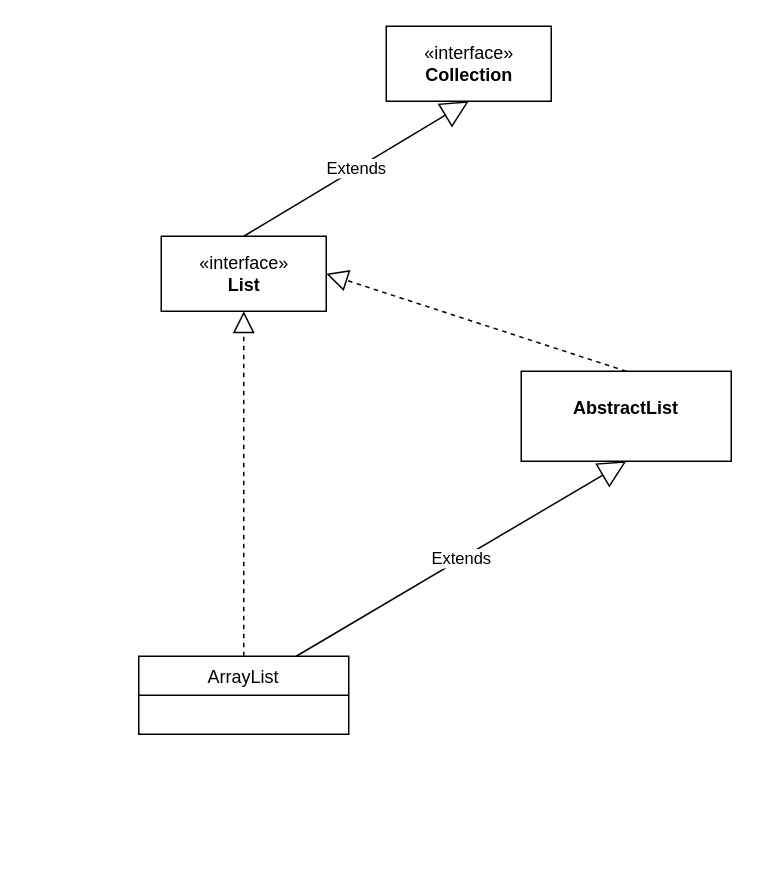
Before: uml/collecions.drawio in andre-s-nascimento/java-collections, a draw.io diagram. Source tidied: cells renumbered, new cells numbered last; positions are measured from the earlier drawing's top-left corner, leaving out a move shared by most shapes. Both pictures are drawn from the tidied source at 150%, with x=0, y=0 at pixel (138, 26).
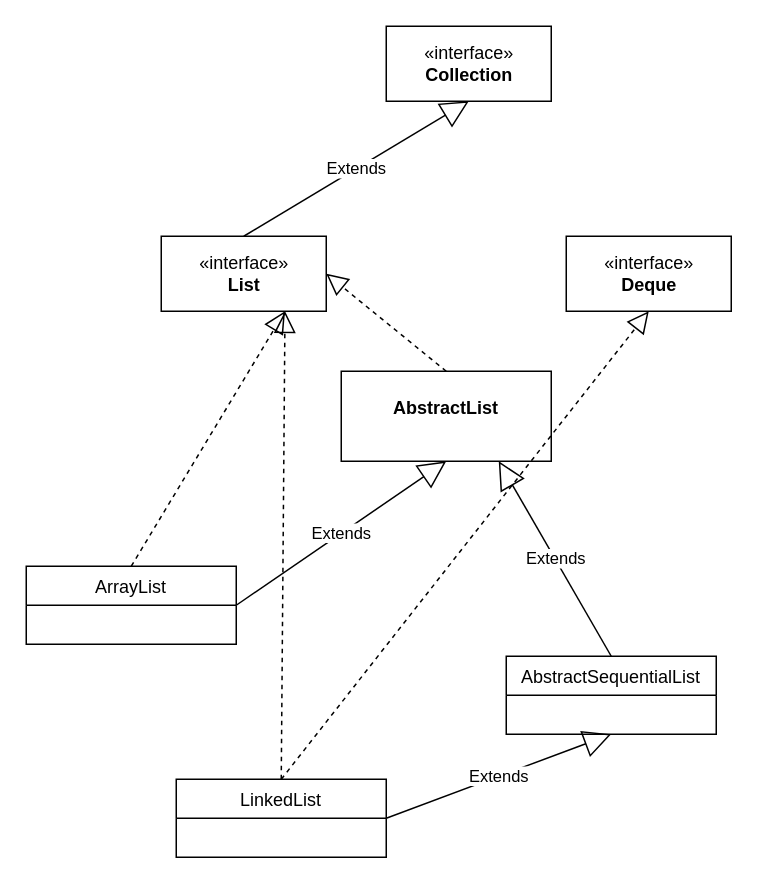
Above is the later version.

The edit, as a diff of the source:
```diff
@@
 <mxGraphModel>
   <root>
     <mxCell id="0" />
     <mxCell id="1" parent="0" />
     <mxCell id="2" value="«interface»&lt;br&gt;&lt;b&gt;Collection&lt;br&gt;&lt;/b&gt;" style="html=1;" parent="1" vertex="1">
       <mxGeometry x="165" width="110" height="50" as="geometry" />
     </mxCell>
     <mxCell id="3" value="«interface»&lt;br&gt;&lt;b&gt;List&lt;/b&gt;" style="html=1;" parent="1" vertex="1">
       <mxGeometry x="15" y="140" width="110" height="50" as="geometry" />
     </mxCell>
     <mxCell id="4" value="ArrayList" style="swimlane;fontStyle=0;horizontal=1;startSize=26;fillColor=none;" parent="1" vertex="1">
-      <mxGeometry y="420" width="140" height="52" as="geometry" />
+      <mxGeometry x="-75" y="360" width="140" height="52" as="geometry" />
     </mxCell>
-    <mxCell id="5" style="endArrow=block;dashed=1;endFill=0;endSize=12;html=1;exitX=0.5;exitY=0;exitDx=0;exitDy=0;entryX=0.5;entryY=1;entryDx=0;entryDy=0;" parent="1" edge="1" source="4" target="3">
+    <mxCell id="5" style="endArrow=block;dashed=1;endFill=0;endSize=12;html=1;exitX=0.5;exitY=0;exitDx=0;exitDy=0;entryX=0.75;entryY=1;entryDx=0;entryDy=0;" parent="1" edge="1" source="4" target="3">
       <mxGeometry relative="1" as="geometry" />
     </mxCell>
     <mxCell id="6" value="Extends" style="endArrow=block;endSize=16;endFill=0;html=1;exitX=0.5;exitY=0;exitDx=0;exitDy=0;entryX=0.5;entryY=1;entryDx=0;entryDy=0;" parent="1" edge="1" source="3" target="2">
       <mxGeometry relative="1" as="geometry" />
     </mxCell>
     <mxCell id="7" value="&lt;p style=&quot;margin:0px;margin-top:4px;text-align:center;&quot;&gt;&lt;br&gt;&lt;b&gt;AbstractList&lt;/b&gt;&lt;/p&gt;" style="verticalAlign=top;align=left;overflow=fill;fontSize=12;fontFamily=Helvetica;html=1;" parent="1" vertex="1">
-      <mxGeometry x="255" y="230" width="140" height="60" as="geometry" />
+      <mxGeometry x="135" y="230" width="140" height="60" as="geometry" />
     </mxCell>
     <mxCell id="8" style="endArrow=block;dashed=1;endFill=0;endSize=12;html=1;exitX=0.5;exitY=0;exitDx=0;exitDy=0;entryX=1;entryY=0.5;entryDx=0;entryDy=0;" parent="1" edge="1" source="7" target="3">
       <mxGeometry relative="1" as="geometry" />
     </mxCell>
-    <mxCell id="9" value="Extends" style="endArrow=block;endSize=16;endFill=0;html=1;exitX=0.75;exitY=0;exitDx=0;exitDy=0;entryX=0.5;entryY=1;entryDx=0;entryDy=0;" parent="1" edge="1" source="4" target="7">
+    <mxCell id="9" value="Extends" style="endArrow=block;endSize=16;endFill=0;html=1;exitX=1;exitY=0.5;exitDx=0;exitDy=0;entryX=0.5;entryY=1;entryDx=0;entryDy=0;" parent="1" edge="1" source="4" target="7">
       <mxGeometry relative="1" as="geometry" />
     </mxCell>
+    <mxCell id="10" value="AbstractSequentialList" style="swimlane;fontStyle=0;horizontal=1;startSize=26;fillColor=none;" parent="1" vertex="1">
+      <mxGeometry x="245" y="420" width="140" height="52" as="geometry" />
+    </mxCell>
+    <mxCell id="11" value="LinkedList" style="swimlane;fontStyle=0;horizontal=1;startSize=26;fillColor=none;" parent="1" vertex="1">
+      <mxGeometry x="25" y="502" width="140" height="52" as="geometry" />
+    </mxCell>
+    <mxCell id="12" value="Extends" style="endArrow=block;endSize=16;endFill=0;html=1;exitX=1;exitY=0.5;exitDx=0;exitDy=0;entryX=0.5;entryY=1;entryDx=0;entryDy=0;" parent="1" edge="1" source="11" target="10">
+      <mxGeometry relative="1" as="geometry" />
+    </mxCell>
+    <mxCell id="13" style="endArrow=block;dashed=1;endFill=0;endSize=12;html=1;exitX=0.5;exitY=0;exitDx=0;exitDy=0;entryX=0.75;entryY=1;entryDx=0;entryDy=0;" parent="1" edge="1" source="11" target="3">
+      <mxGeometry relative="1" as="geometry" />
+    </mxCell>
+    <mxCell id="14" value="«interface»&lt;br&gt;&lt;b&gt;Deque&lt;/b&gt;" style="html=1;" parent="1" vertex="1">
+      <mxGeometry x="285" y="140" width="110" height="50" as="geometry" />
+    </mxCell>
+    <mxCell id="15" value="Extends" style="endArrow=block;endSize=16;endFill=0;html=1;exitX=0.5;exitY=0;exitDx=0;exitDy=0;entryX=0.75;entryY=1;entryDx=0;entryDy=0;" parent="1" edge="1" source="10" target="7">
+      <mxGeometry relative="1" as="geometry" />
+    </mxCell>
+    <mxCell id="16" style="endArrow=block;dashed=1;endFill=0;endSize=12;html=1;exitX=0.5;exitY=0;exitDx=0;exitDy=0;entryX=0.5;entryY=1;entryDx=0;entryDy=0;" parent="1" edge="1" source="11" target="14">
+      <mxGeometry relative="1" as="geometry" />
+    </mxCell>
   </root>
 </mxGraphModel>
```
